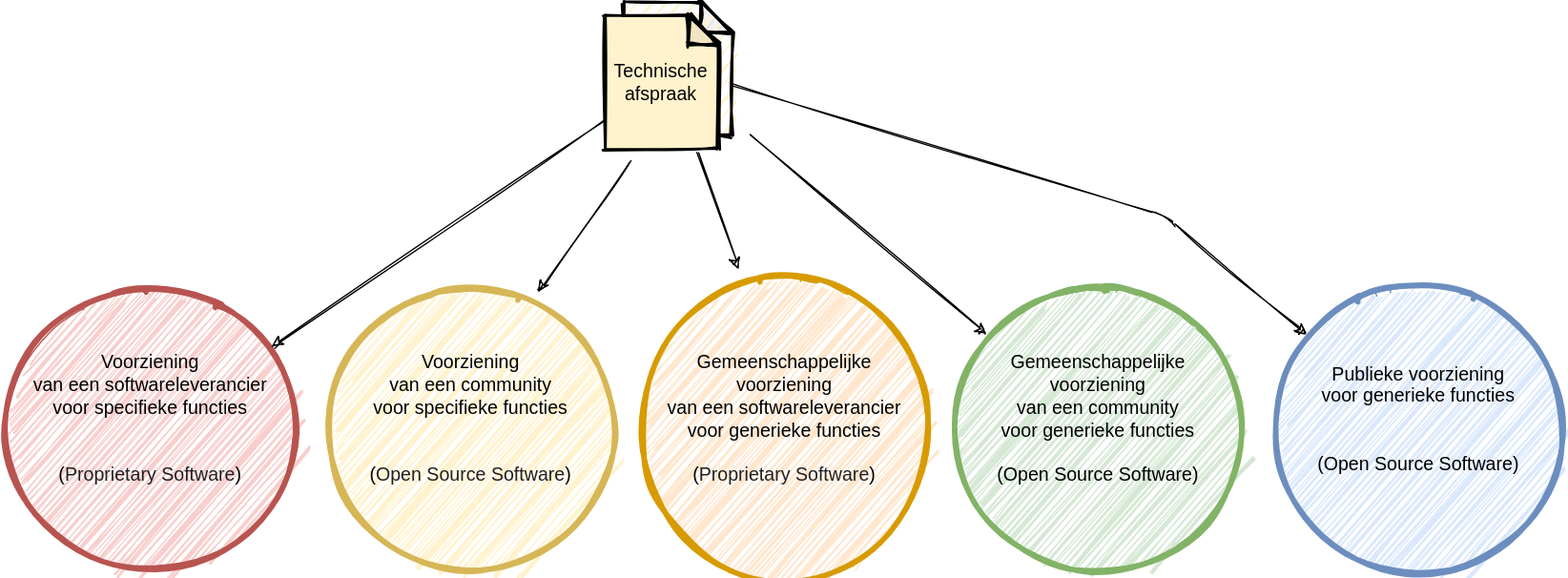
Before: .gitbook/assets/technology/implementation.svg, a diagram exported from draw.io (dizra/docs). Source tidied: cells renumbered, new cells last; positions are measured from the earlier drawing's top-left corner, leaving out a move shared by most shapes. Source of this version:
```xml
<mxGraphModel>
  <root>
    <mxCell id="0" />
    <mxCell id="1" parent="0" />
    <mxCell id="2" style="ellipse;whiteSpace=wrap;html=1;fillColor=#f8cecc;sketch=1;strokeColor=#b85450;" parent="1" vertex="1">
      <mxGeometry y="210" width="220" height="220" as="geometry" />
    </mxCell>
    <mxCell id="3" value="Voorziening &lt;br&gt;van een softwareleverancier &lt;br&gt;voor specifieke functies&lt;br style=&quot;font-size: 14px&quot;&gt;&lt;br&gt;&lt;br style=&quot;font-size: 14px&quot;&gt;&lt;font style=&quot;font-size: 14px&quot;&gt;(&lt;span style=&quot;color: rgb(32 , 33 , 36) ; font-family: &amp;#34;arial&amp;#34; , sans-serif ; text-align: left ; font-size: 14px&quot;&gt;Proprietary Software&lt;/span&gt;&lt;/font&gt;)" style="ellipse;whiteSpace=wrap;html=1;fillColor=#f8cecc;strokeWidth=4;verticalAlign=middle;spacingBottom=16;fontSize=14;sketch=1;strokeColor=#b85450;fillStyle=auto;" parent="1" vertex="1">
      <mxGeometry y="210" width="220" height="220" as="geometry" />
    </mxCell>
    <mxCell id="4" value="Stelsel-standaard" style="shape=note;whiteSpace=wrap;html=1;backgroundOutline=1;darkOpacity=0.05;strokeColor=#000000;strokeWidth=2;fillColor=#FFF2CC;fontSize=12;size=23;sketch=1;" parent="1" vertex="1">
      <mxGeometry x="465" width="80" height="100" as="geometry" />
    </mxCell>
    <mxCell id="5" value="Technische afspraak" style="shape=note;whiteSpace=wrap;html=1;backgroundOutline=1;darkOpacity=0.05;strokeColor=#000000;strokeWidth=2;fillColor=#FFF2CC;fontSize=14;size=22;sketch=1;fillStyle=solid;" parent="1" vertex="1">
      <mxGeometry x="450" y="10" width="85" height="100" as="geometry" />
    </mxCell>
    <mxCell id="6" style="endArrow=classic;html=1;strokeWidth=1;fontSize=12;sketch=1;" parent="1" edge="1" source="5" target="3">
      <mxGeometry relative="1" as="geometry" />
    </mxCell>
    <mxCell id="7" style="ellipse;whiteSpace=wrap;html=1;fillColor=#d5e8d4;sketch=1;strokeColor=#82b366;" parent="1" vertex="1">
      <mxGeometry x="710" y="210" width="220" height="220" as="geometry" />
    </mxCell>
    <mxCell id="8" value="Gemeenschappelijke &lt;br&gt;voorziening &lt;br&gt;van een community&lt;br&gt;voor generieke&amp;nbsp;functies&lt;br style=&quot;font-size: 14px&quot;&gt;&lt;br style=&quot;font-size: 14px&quot;&gt;(Open Source Software)" style="ellipse;whiteSpace=wrap;html=1;fillColor=#d5e8d4;strokeWidth=4;verticalAlign=middle;spacingBottom=16;fontSize=14;sketch=1;strokeColor=#82b366;fillStyle=auto;" parent="1" vertex="1">
      <mxGeometry x="710" y="210" width="220" height="220" as="geometry" />
    </mxCell>
    <mxCell id="9" style="ellipse;whiteSpace=wrap;html=1;fillColor=#dae8fc;sketch=1;strokeColor=#6c8ebf;" parent="1" vertex="1">
      <mxGeometry x="950" y="210" width="220" height="220" as="geometry" />
    </mxCell>
    <mxCell id="10" value="Publieke voorziening &lt;br style=&quot;font-size: 14px;&quot;&gt;voor generieke functies&lt;br style=&quot;font-size: 14px;&quot;&gt;&lt;br style=&quot;font-size: 14px;&quot;&gt;&lt;br style=&quot;font-size: 14px;&quot;&gt;(Open Source Software)" style="ellipse;whiteSpace=wrap;html=1;fillColor=#dae8fc;strokeWidth=4;verticalAlign=middle;spacingBottom=16;fontSize=14;sketch=1;strokeColor=#6c8ebf;fillStyle=auto;" parent="1" vertex="1">
      <mxGeometry x="950" y="210" width="220" height="220" as="geometry" />
    </mxCell>
    <mxCell id="11" style="endArrow=classic;html=1;strokeWidth=1;fontSize=12;sketch=1;" parent="1" edge="1" target="8">
      <mxGeometry relative="1" as="geometry">
        <mxPoint x="560" y="100" as="sourcePoint" />
      </mxGeometry>
    </mxCell>
    <mxCell id="12" style="endArrow=classic;html=1;strokeWidth=1;fontSize=12;sketch=1;" parent="1" edge="1" source="4" target="10">
      <mxGeometry relative="1" as="geometry">
        <Array as="points">
          <mxPoint x="870" y="160" />
        </Array>
      </mxGeometry>
    </mxCell>
    <mxCell id="13" style="ellipse;whiteSpace=wrap;html=1;fillColor=#ffe6cc;sketch=1;strokeColor=#d79b00;" parent="1" vertex="1">
      <mxGeometry x="475" y="210" width="220" height="220" as="geometry" />
    </mxCell>
    <mxCell id="14" value="Gemeenschappelijke &lt;br&gt;voorziening &lt;br&gt;van een softwareleverancier &lt;br&gt;voor generieke functies&lt;br style=&quot;font-size: 14px&quot;&gt;&lt;br style=&quot;font-size: 14px&quot;&gt;&lt;font style=&quot;font-size: 14px&quot;&gt;(&lt;span style=&quot;color: rgb(32 , 33 , 36) ; font-family: &amp;#34;arial&amp;#34; , sans-serif ; text-align: left ; font-size: 14px&quot;&gt;Proprietary Software&lt;/span&gt;&lt;/font&gt;)" style="ellipse;whiteSpace=wrap;html=1;fillColor=#ffe6cc;strokeWidth=4;verticalAlign=middle;spacingBottom=16;fontSize=14;sketch=1;strokeColor=#d79b00;fillStyle=auto;" parent="1" vertex="1">
      <mxGeometry x="475" y="210" width="220" height="220" as="geometry" />
    </mxCell>
    <mxCell id="15" style="ellipse;whiteSpace=wrap;html=1;fillColor=#fff2cc;sketch=1;strokeColor=#d6b656;" parent="1" vertex="1">
      <mxGeometry x="240" y="210" width="220" height="220" as="geometry" />
    </mxCell>
    <mxCell id="16" value="Voorziening &lt;br&gt;van een community &lt;br&gt;voor specifieke functies&lt;br style=&quot;font-size: 14px&quot;&gt;&lt;br&gt;&lt;br style=&quot;font-size: 14px&quot;&gt;&lt;font style=&quot;font-size: 14px&quot;&gt;(&lt;span style=&quot;color: rgb(32 , 33 , 36) ; font-family: &amp;#34;arial&amp;#34; , sans-serif ; text-align: left ; font-size: 14px&quot;&gt;Open Source Software&lt;/span&gt;&lt;/font&gt;)" style="ellipse;whiteSpace=wrap;html=1;fillColor=#fff2cc;strokeWidth=4;verticalAlign=middle;spacingBottom=16;fontSize=14;sketch=1;strokeColor=#d6b656;fillStyle=auto;" parent="1" vertex="1">
      <mxGeometry x="240" y="210" width="220" height="220" as="geometry" />
    </mxCell>
    <mxCell id="17" style="endArrow=classic;html=1;strokeWidth=1;fontSize=12;sketch=1;exitX=0.835;exitY=1.03;exitDx=0;exitDy=0;exitPerimeter=0;" parent="1" edge="1" source="5">
      <mxGeometry relative="1" as="geometry">
        <mxPoint x="550" y="200" as="targetPoint" />
      </mxGeometry>
    </mxCell>
    <mxCell id="18" style="endArrow=classic;html=1;strokeWidth=1;fontSize=12;sketch=1;" parent="1" edge="1">
      <mxGeometry relative="1" as="geometry">
        <mxPoint x="470" y="120" as="sourcePoint" />
        <mxPoint x="400" y="217" as="targetPoint" />
      </mxGeometry>
    </mxCell>
  </root>
</mxGraphModel>
```
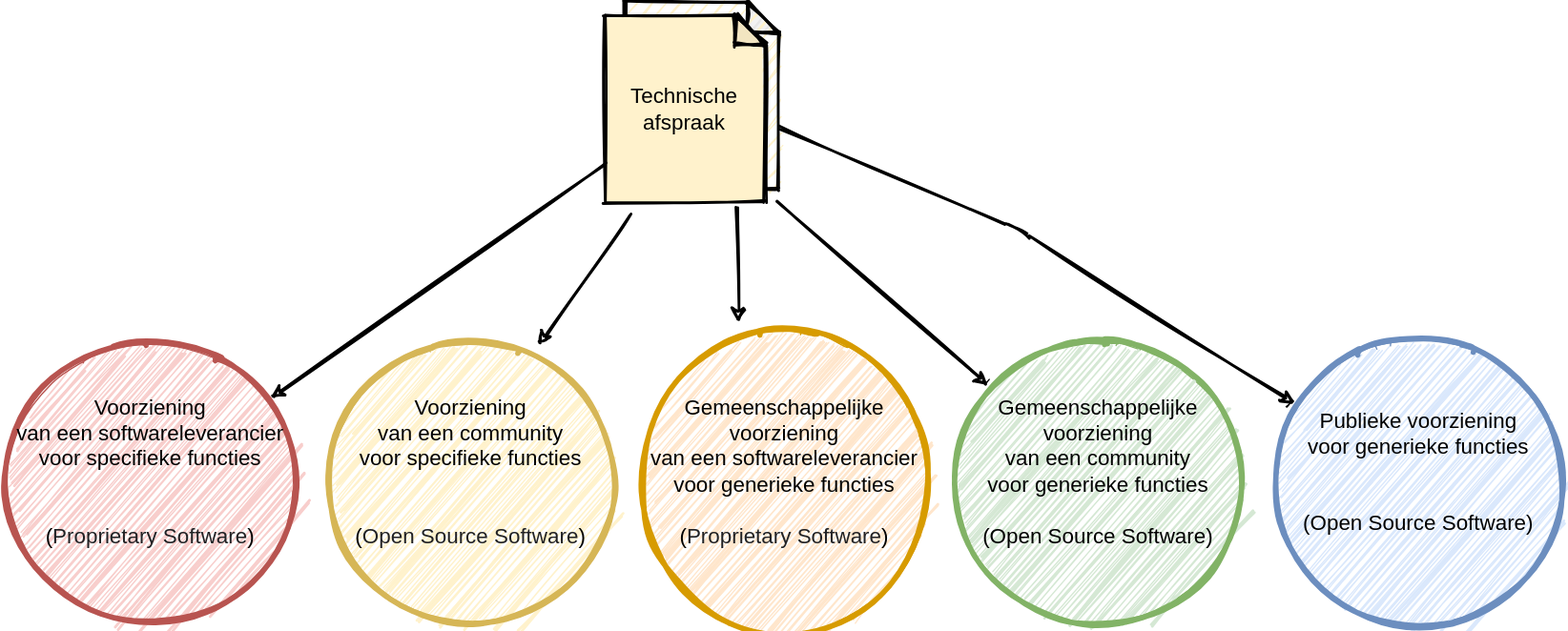
After the change.

What changed in the source:
```diff
@@ -5,60 +5,60 @@
     <mxCell id="2" style="ellipse;whiteSpace=wrap;html=1;fillColor=#f8cecc;sketch=1;strokeColor=#b85450;" parent="1" vertex="1">
       <mxGeometry y="210" width="220" height="220" as="geometry" />
     </mxCell>
-    <mxCell id="3" value="Voorziening &lt;br&gt;van een softwareleverancier &lt;br&gt;voor specifieke functies&lt;br style=&quot;font-size: 14px&quot;&gt;&lt;br&gt;&lt;br style=&quot;font-size: 14px&quot;&gt;&lt;font style=&quot;font-size: 14px&quot;&gt;(&lt;span style=&quot;color: rgb(32 , 33 , 36) ; font-family: &amp;#34;arial&amp;#34; , sans-serif ; text-align: left ; font-size: 14px&quot;&gt;Proprietary Software&lt;/span&gt;&lt;/font&gt;)" style="ellipse;whiteSpace=wrap;html=1;fillColor=#f8cecc;strokeWidth=4;verticalAlign=middle;spacingBottom=16;fontSize=14;sketch=1;strokeColor=#b85450;fillStyle=auto;" parent="1" vertex="1">
+    <mxCell id="3" value="Voorziening &lt;br style=&quot;font-size: 16px;&quot;&gt;van een softwareleverancier &lt;br style=&quot;font-size: 16px;&quot;&gt;voor specifieke functies&lt;br style=&quot;font-size: 16px;&quot;&gt;&lt;br style=&quot;font-size: 16px;&quot;&gt;&lt;br style=&quot;font-size: 16px;&quot;&gt;&lt;font style=&quot;font-size: 16px;&quot;&gt;(&lt;span style=&quot;color: rgb(32, 33, 36); font-family: arial, sans-serif; text-align: left; font-size: 16px;&quot;&gt;Proprietary Software&lt;/span&gt;&lt;/font&gt;)" style="ellipse;whiteSpace=wrap;html=1;fillColor=#f8cecc;strokeWidth=4;verticalAlign=middle;spacingBottom=16;fontSize=16;sketch=1;strokeColor=#b85450;fillStyle=auto;" parent="1" vertex="1">
       <mxGeometry y="210" width="220" height="220" as="geometry" />
     </mxCell>
-    <mxCell id="4" value="Stelsel-standaard" style="shape=note;whiteSpace=wrap;html=1;backgroundOutline=1;darkOpacity=0.05;strokeColor=#000000;strokeWidth=2;fillColor=#FFF2CC;fontSize=12;size=23;sketch=1;" parent="1" vertex="1">
-      <mxGeometry x="465" width="80" height="100" as="geometry" />
+    <mxCell id="4" style="shape=note;whiteSpace=wrap;html=1;backgroundOutline=1;darkOpacity=0.05;strokeColor=#000000;strokeWidth=2;fillColor=#FFF2CC;fontSize=12;size=23;sketch=1;" parent="1" vertex="1">
+      <mxGeometry x="465" y="-40" width="115" height="140" as="geometry" />
     </mxCell>
-    <mxCell id="5" value="Technische afspraak" style="shape=note;whiteSpace=wrap;html=1;backgroundOutline=1;darkOpacity=0.05;strokeColor=#000000;strokeWidth=2;fillColor=#FFF2CC;fontSize=14;size=22;sketch=1;fillStyle=solid;" parent="1" vertex="1">
-      <mxGeometry x="450" y="10" width="85" height="100" as="geometry" />
+    <mxCell id="5" value="Technische afspraak" style="shape=note;whiteSpace=wrap;html=1;backgroundOutline=1;darkOpacity=0.05;strokeColor=#000000;strokeWidth=2;fillColor=#FFF2CC;fontSize=16;size=22;sketch=1;fillStyle=solid;" parent="1" vertex="1">
+      <mxGeometry x="450" y="-30" width="120" height="140" as="geometry" />
     </mxCell>
-    <mxCell id="6" style="endArrow=classic;html=1;strokeWidth=1;fontSize=12;sketch=1;" parent="1" edge="1" source="5" target="3">
+    <mxCell id="6" style="endArrow=classic;html=1;strokeWidth=2;fontSize=12;sketch=1;" parent="1" edge="1" source="5" target="3">
       <mxGeometry relative="1" as="geometry" />
     </mxCell>
     <mxCell id="7" style="ellipse;whiteSpace=wrap;html=1;fillColor=#d5e8d4;sketch=1;strokeColor=#82b366;" parent="1" vertex="1">
       <mxGeometry x="710" y="210" width="220" height="220" as="geometry" />
     </mxCell>
-    <mxCell id="8" value="Gemeenschappelijke &lt;br&gt;voorziening &lt;br&gt;van een community&lt;br&gt;voor generieke&amp;nbsp;functies&lt;br style=&quot;font-size: 14px&quot;&gt;&lt;br style=&quot;font-size: 14px&quot;&gt;(Open Source Software)" style="ellipse;whiteSpace=wrap;html=1;fillColor=#d5e8d4;strokeWidth=4;verticalAlign=middle;spacingBottom=16;fontSize=14;sketch=1;strokeColor=#82b366;fillStyle=auto;" parent="1" vertex="1">
+    <mxCell id="8" value="Gemeenschappelijke &lt;br style=&quot;font-size: 16px;&quot;&gt;voorziening &lt;br style=&quot;font-size: 16px;&quot;&gt;van een community&lt;br style=&quot;font-size: 16px;&quot;&gt;voor generieke&amp;nbsp;functies&lt;br style=&quot;font-size: 16px;&quot;&gt;&lt;br style=&quot;font-size: 16px;&quot;&gt;(Open Source Software)" style="ellipse;whiteSpace=wrap;html=1;fillColor=#d5e8d4;strokeWidth=4;verticalAlign=middle;spacingBottom=16;fontSize=16;sketch=1;strokeColor=#82b366;fillStyle=auto;" parent="1" vertex="1">
       <mxGeometry x="710" y="210" width="220" height="220" as="geometry" />
     </mxCell>
     <mxCell id="9" style="ellipse;whiteSpace=wrap;html=1;fillColor=#dae8fc;sketch=1;strokeColor=#6c8ebf;" parent="1" vertex="1">
       <mxGeometry x="950" y="210" width="220" height="220" as="geometry" />
     </mxCell>
-    <mxCell id="10" value="Publieke voorziening &lt;br style=&quot;font-size: 14px;&quot;&gt;voor generieke functies&lt;br style=&quot;font-size: 14px;&quot;&gt;&lt;br style=&quot;font-size: 14px;&quot;&gt;&lt;br style=&quot;font-size: 14px;&quot;&gt;(Open Source Software)" style="ellipse;whiteSpace=wrap;html=1;fillColor=#dae8fc;strokeWidth=4;verticalAlign=middle;spacingBottom=16;fontSize=14;sketch=1;strokeColor=#6c8ebf;fillStyle=auto;" parent="1" vertex="1">
+    <mxCell id="10" value="Publieke voorziening &lt;br style=&quot;font-size: 16px;&quot;&gt;voor generieke functies&lt;br style=&quot;font-size: 16px;&quot;&gt;&lt;br style=&quot;font-size: 16px;&quot;&gt;&lt;br style=&quot;font-size: 16px;&quot;&gt;(Open Source Software)" style="ellipse;whiteSpace=wrap;html=1;fillColor=#dae8fc;strokeWidth=4;verticalAlign=middle;spacingBottom=16;fontSize=16;sketch=1;strokeColor=#6c8ebf;fillStyle=auto;" parent="1" vertex="1">
       <mxGeometry x="950" y="210" width="220" height="220" as="geometry" />
     </mxCell>
-    <mxCell id="11" style="endArrow=classic;html=1;strokeWidth=1;fontSize=12;sketch=1;" parent="1" edge="1" target="8">
+    <mxCell id="11" style="endArrow=classic;html=1;strokeWidth=2;fontSize=12;sketch=1;" parent="1" edge="1" target="8">
       <mxGeometry relative="1" as="geometry">
-        <mxPoint x="560" y="100" as="sourcePoint" />
+        <mxPoint x="580" y="110" as="sourcePoint" />
       </mxGeometry>
     </mxCell>
-    <mxCell id="12" style="endArrow=classic;html=1;strokeWidth=1;fontSize=12;sketch=1;" parent="1" edge="1" source="4" target="10">
+    <mxCell id="12" style="endArrow=classic;html=1;strokeWidth=2;fontSize=12;sketch=1;" parent="1" edge="1" source="4" target="10">
       <mxGeometry relative="1" as="geometry">
         <Array as="points">
-          <mxPoint x="870" y="160" />
+          <mxPoint x="760" y="130" />
         </Array>
       </mxGeometry>
     </mxCell>
     <mxCell id="13" style="ellipse;whiteSpace=wrap;html=1;fillColor=#ffe6cc;sketch=1;strokeColor=#d79b00;" parent="1" vertex="1">
       <mxGeometry x="475" y="210" width="220" height="220" as="geometry" />
     </mxCell>
-    <mxCell id="14" value="Gemeenschappelijke &lt;br&gt;voorziening &lt;br&gt;van een softwareleverancier &lt;br&gt;voor generieke functies&lt;br style=&quot;font-size: 14px&quot;&gt;&lt;br style=&quot;font-size: 14px&quot;&gt;&lt;font style=&quot;font-size: 14px&quot;&gt;(&lt;span style=&quot;color: rgb(32 , 33 , 36) ; font-family: &amp;#34;arial&amp;#34; , sans-serif ; text-align: left ; font-size: 14px&quot;&gt;Proprietary Software&lt;/span&gt;&lt;/font&gt;)" style="ellipse;whiteSpace=wrap;html=1;fillColor=#ffe6cc;strokeWidth=4;verticalAlign=middle;spacingBottom=16;fontSize=14;sketch=1;strokeColor=#d79b00;fillStyle=auto;" parent="1" vertex="1">
+    <mxCell id="14" value="Gemeenschappelijke &lt;br style=&quot;font-size: 16px;&quot;&gt;voorziening &lt;br style=&quot;font-size: 16px;&quot;&gt;van een softwareleverancier &lt;br style=&quot;font-size: 16px;&quot;&gt;voor generieke functies&lt;br style=&quot;font-size: 16px;&quot;&gt;&lt;br style=&quot;font-size: 16px;&quot;&gt;&lt;font style=&quot;font-size: 16px;&quot;&gt;(&lt;span style=&quot;color: rgb(32, 33, 36); font-family: arial, sans-serif; text-align: left; font-size: 16px;&quot;&gt;Proprietary Software&lt;/span&gt;&lt;/font&gt;)" style="ellipse;whiteSpace=wrap;html=1;fillColor=#ffe6cc;strokeWidth=4;verticalAlign=middle;spacingBottom=16;fontSize=16;sketch=1;strokeColor=#d79b00;fillStyle=auto;" parent="1" vertex="1">
       <mxGeometry x="475" y="210" width="220" height="220" as="geometry" />
     </mxCell>
     <mxCell id="15" style="ellipse;whiteSpace=wrap;html=1;fillColor=#fff2cc;sketch=1;strokeColor=#d6b656;" parent="1" vertex="1">
       <mxGeometry x="240" y="210" width="220" height="220" as="geometry" />
     </mxCell>
-    <mxCell id="16" value="Voorziening &lt;br&gt;van een community &lt;br&gt;voor specifieke functies&lt;br style=&quot;font-size: 14px&quot;&gt;&lt;br&gt;&lt;br style=&quot;font-size: 14px&quot;&gt;&lt;font style=&quot;font-size: 14px&quot;&gt;(&lt;span style=&quot;color: rgb(32 , 33 , 36) ; font-family: &amp;#34;arial&amp;#34; , sans-serif ; text-align: left ; font-size: 14px&quot;&gt;Open Source Software&lt;/span&gt;&lt;/font&gt;)" style="ellipse;whiteSpace=wrap;html=1;fillColor=#fff2cc;strokeWidth=4;verticalAlign=middle;spacingBottom=16;fontSize=14;sketch=1;strokeColor=#d6b656;fillStyle=auto;" parent="1" vertex="1">
+    <mxCell id="16" value="Voorziening &lt;br style=&quot;font-size: 16px;&quot;&gt;van een community &lt;br style=&quot;font-size: 16px;&quot;&gt;voor specifieke functies&lt;br style=&quot;font-size: 16px;&quot;&gt;&lt;br style=&quot;font-size: 16px;&quot;&gt;&lt;br style=&quot;font-size: 16px;&quot;&gt;&lt;font style=&quot;font-size: 16px;&quot;&gt;(&lt;span style=&quot;color: rgb(32, 33, 36); font-family: arial, sans-serif; text-align: left; font-size: 16px;&quot;&gt;Open Source Software&lt;/span&gt;&lt;/font&gt;)" style="ellipse;whiteSpace=wrap;html=1;fillColor=#fff2cc;strokeWidth=4;verticalAlign=middle;spacingBottom=16;fontSize=16;sketch=1;strokeColor=#d6b656;fillStyle=auto;" parent="1" vertex="1">
       <mxGeometry x="240" y="210" width="220" height="220" as="geometry" />
     </mxCell>
-    <mxCell id="17" style="endArrow=classic;html=1;strokeWidth=1;fontSize=12;sketch=1;exitX=0.835;exitY=1.03;exitDx=0;exitDy=0;exitPerimeter=0;" parent="1" edge="1" source="5">
+    <mxCell id="17" style="endArrow=classic;html=1;strokeWidth=2;fontSize=12;sketch=1;exitX=0.835;exitY=1.03;exitDx=0;exitDy=0;exitPerimeter=0;" parent="1" edge="1" source="5">
       <mxGeometry relative="1" as="geometry">
         <mxPoint x="550" y="200" as="targetPoint" />
       </mxGeometry>
     </mxCell>
-    <mxCell id="18" style="endArrow=classic;html=1;strokeWidth=1;fontSize=12;sketch=1;" parent="1" edge="1">
+    <mxCell id="18" style="endArrow=classic;html=1;strokeWidth=2;fontSize=12;sketch=1;" parent="1" edge="1">
       <mxGeometry relative="1" as="geometry">
         <mxPoint x="470" y="120" as="sourcePoint" />
         <mxPoint x="400" y="217" as="targetPoint" />
```
